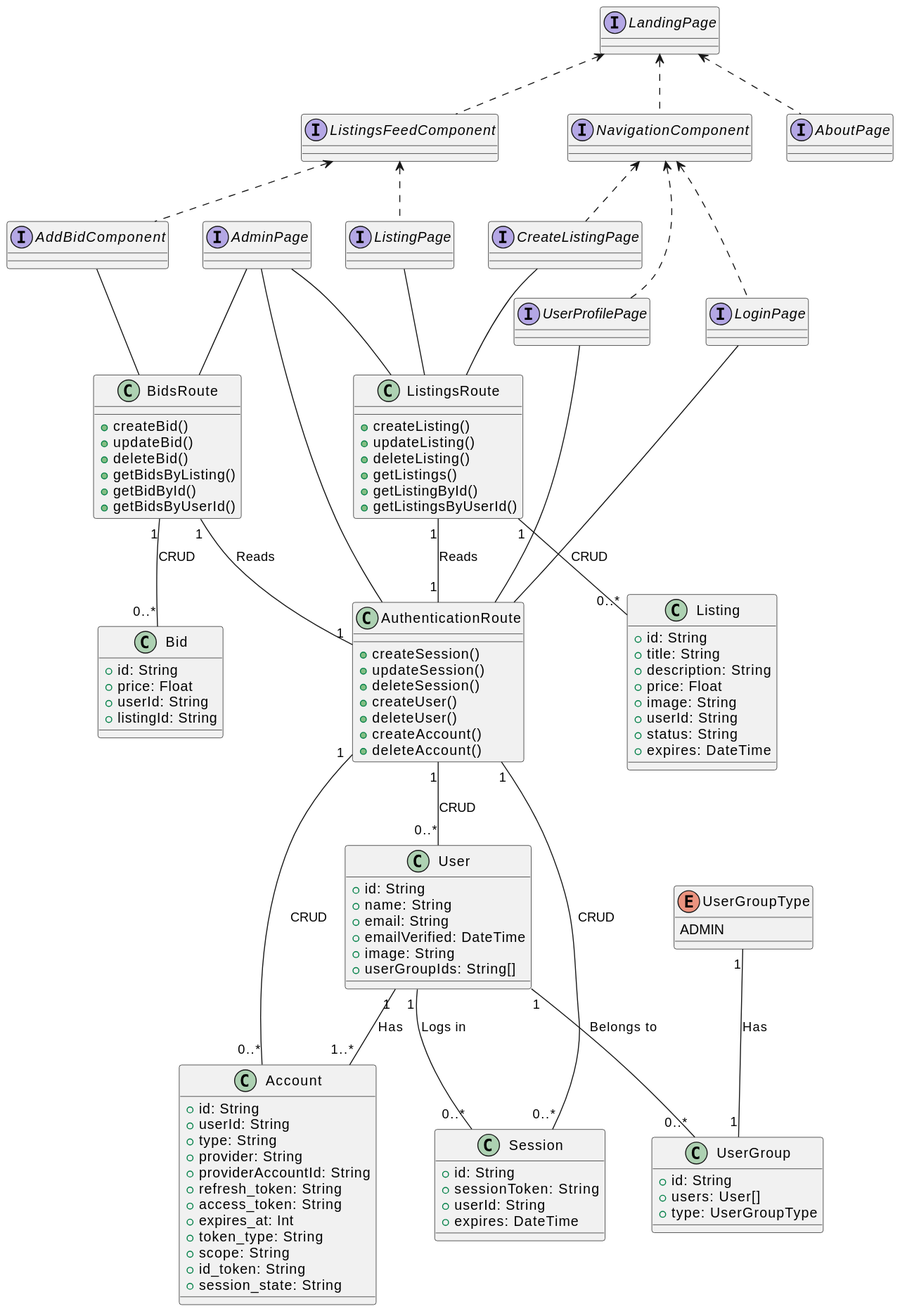
martinmiglio/CS471-Project keeps this PlantUML diagram as uml/out/ClassDiagram.svg. Above is the earlier version.
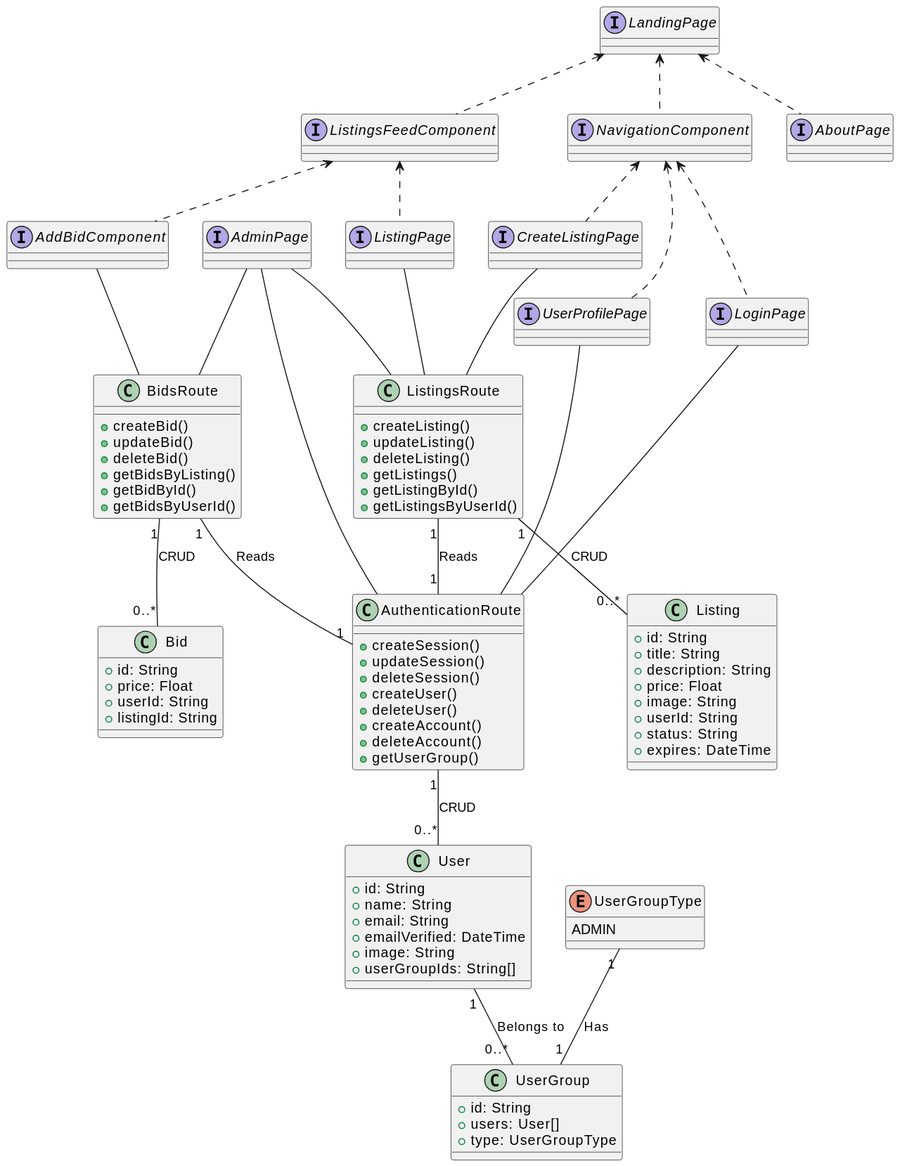
Above is the later version.

Commit message:
Generated SVG images for PlantUML diagrams

Change to the diagram source:
```diff
@@ -1,25 +1,5 @@
 @startuml
-class Account {
-  +id: String
-  +userId: String
-  +type: String
-  +provider: String
-  +providerAccountId: String
-  +refresh_token: String
-  +access_token: String
-  +expires_at: Int
-  +token_type: String
-  +scope: String
-  +id_token: String
-  +session_state: String
-}
 
-class Session {
-  +id: String
-  +sessionToken: String
-  +userId: String
-  +expires: DateTime
-}
 
 class User {
   +id: String
@@ -58,8 +38,6 @@
 }
 
 UserGroupType "1" -- "1" UserGroup : Has
-User "1" -- "0..*" Session : Logs in
-User "1" -- "1..*" Account : Has
 User "1" -- "0..*" UserGroup : Belongs to
 
 
@@ -81,6 +59,7 @@
   +deleteUser()
   +createAccount()
   +deleteAccount()
+  +getUserGroup()
 }
 
 class BidsRoute {
@@ -92,9 +71,7 @@
   +getBidsByUserId()
 }
 
-AuthenticationRoute "1" -- "0..*" Session : CRUD
 AuthenticationRoute "1" -- "0..*" User : CRUD
-AuthenticationRoute "1" -- "0..*" Account : CRUD
 
 ListingsRoute "1" -- "0..*" Listing : CRUD
 ListingsRoute "1" -- "1" AuthenticationRoute : Reads
```
